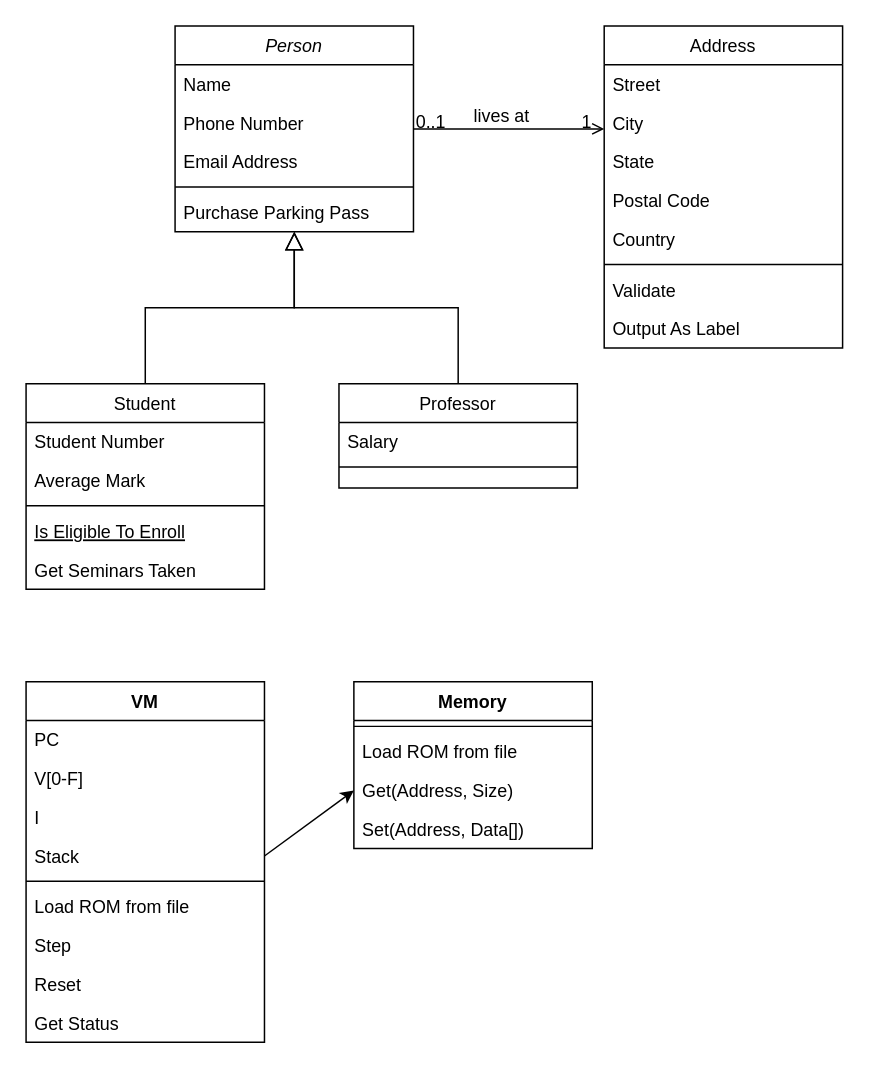
The draw.io diagram chip8er.drawio in pazworld/drawio, before the edit. Source tidied: cells renumbered, new cells numbered last; positions are measured from the earlier drawing's top-left corner, leaving out a move shared by most shapes. Both pictures are drawn from the tidied source at 149%, with x=0, y=0 at pixel (25, 25).
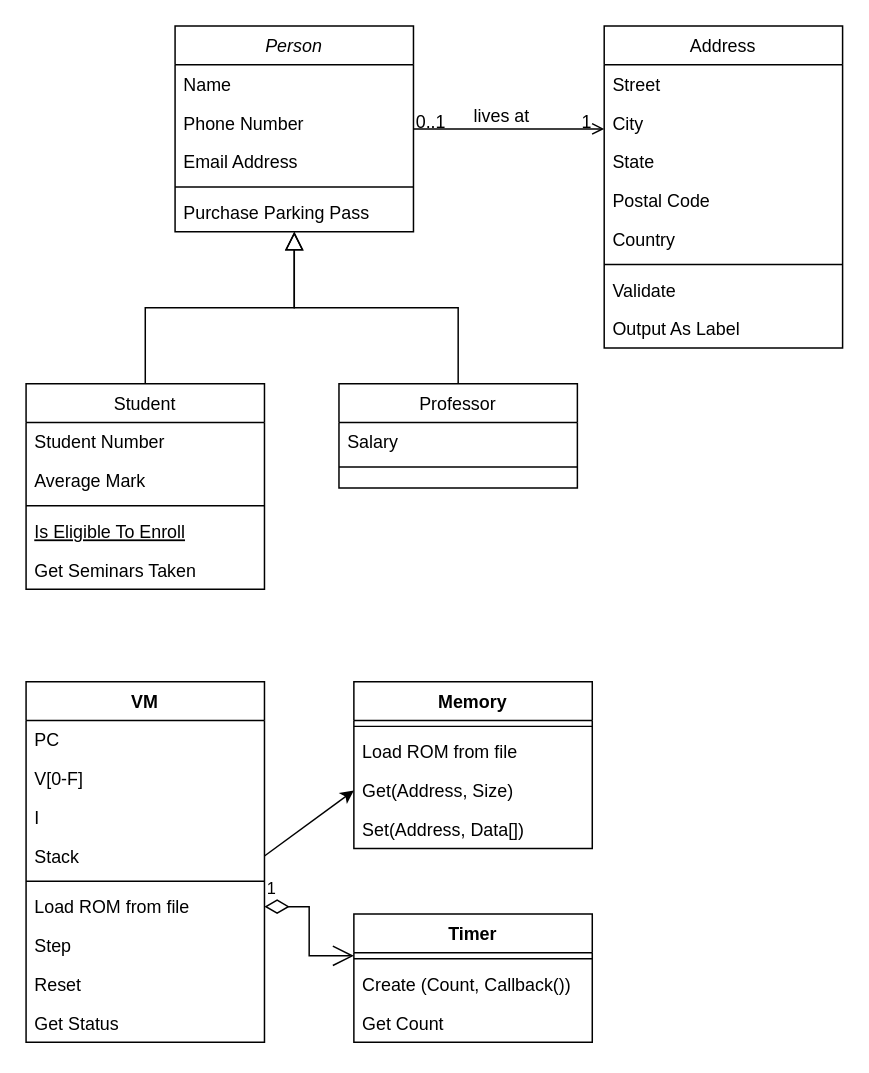
After the change.

Commit message:
add Timer class

The change refers to these unchanged cells:
```xml
<mxCell id="38" value="Load ROM from file" style="text;strokeColor=none;fillColor=none;align=left;verticalAlign=top;spacingLeft=4;spacingRight=4;overflow=hidden;points=[[0,0.5],[1,0.5]];portConstraint=eastwest;" parent="32" vertex="1">
  <mxGeometry y="138" width="160" height="26" as="geometry" />
</mxCell>
```

What changed in the source:
```diff
@@
+    <mxCell id="48" value="Timer" style="swimlane;fontStyle=1;align=center;verticalAlign=top;horizontal=1;startSize=26;" parent="1" vertex="1">
+      <mxGeometry x="220" y="596" width="160" height="86" as="geometry" />
+    </mxCell>
+    <mxCell id="49" style="line;strokeWidth=1;fillColor=none;align=left;verticalAlign=middle;spacingTop=-1;spacingLeft=3;spacingRight=3;labelPosition=right;points=[];portConstraint=eastwest;" parent="48" vertex="1">
+      <mxGeometry y="26" width="160" height="8" as="geometry" />
+    </mxCell>
+    <mxCell id="50" value="Create (Count, Callback())" style="text;strokeColor=none;fillColor=none;align=left;verticalAlign=top;spacingLeft=4;spacingRight=4;overflow=hidden;" parent="48" vertex="1">
+      <mxGeometry y="34" width="160" height="26" as="geometry" />
+    </mxCell>
+    <mxCell id="51" value="Get Count" style="text;strokeColor=none;fillColor=none;align=left;verticalAlign=top;spacingLeft=4;spacingRight=4;overflow=hidden;" parent="48" vertex="1">
+      <mxGeometry y="60" width="160" height="26" as="geometry" />
+    </mxCell>
+    <mxCell id="52" value="1" style="endArrow=open;html=1;endSize=12;startArrow=diamondThin;startSize=14;startFill=0;edgeStyle=orthogonalEdgeStyle;align=left;verticalAlign=bottom;rounded=0;exitX=1;exitY=0.5;exitDx=0;exitDy=0;entryX=0;entryY=0.25;entryDx=0;entryDy=0;entryPerimeter=0;" parent="1" edge="1" source="38" target="49">
+      <mxGeometry x="-1" y="3" relative="1" as="geometry" />
+    </mxCell>
```
